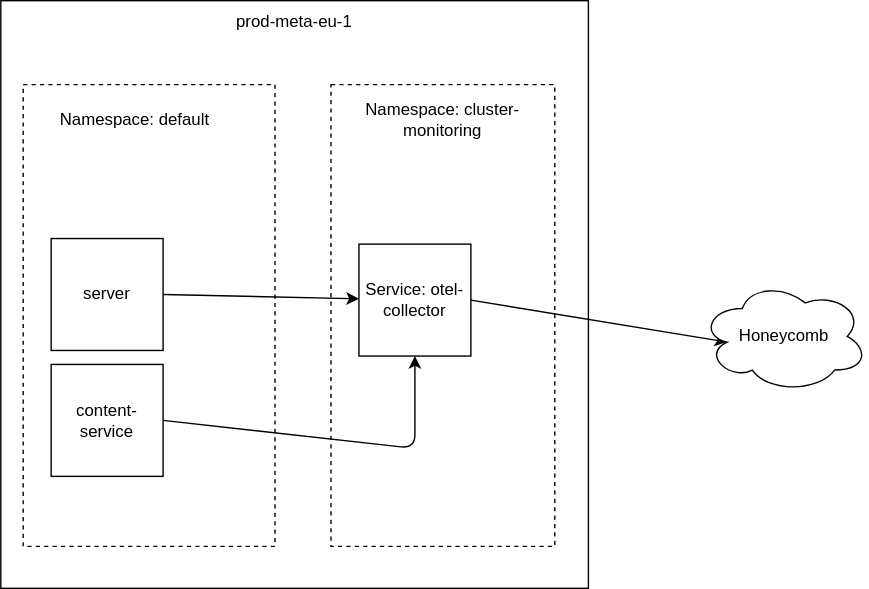
Above: docs/traces.drawio.svg in gitpod-io/observability (draw.io), before the change. Source tidied: cells renumbered, new cells last; positions are measured from the earlier drawing's top-left corner, leaving out a move shared by most shapes.
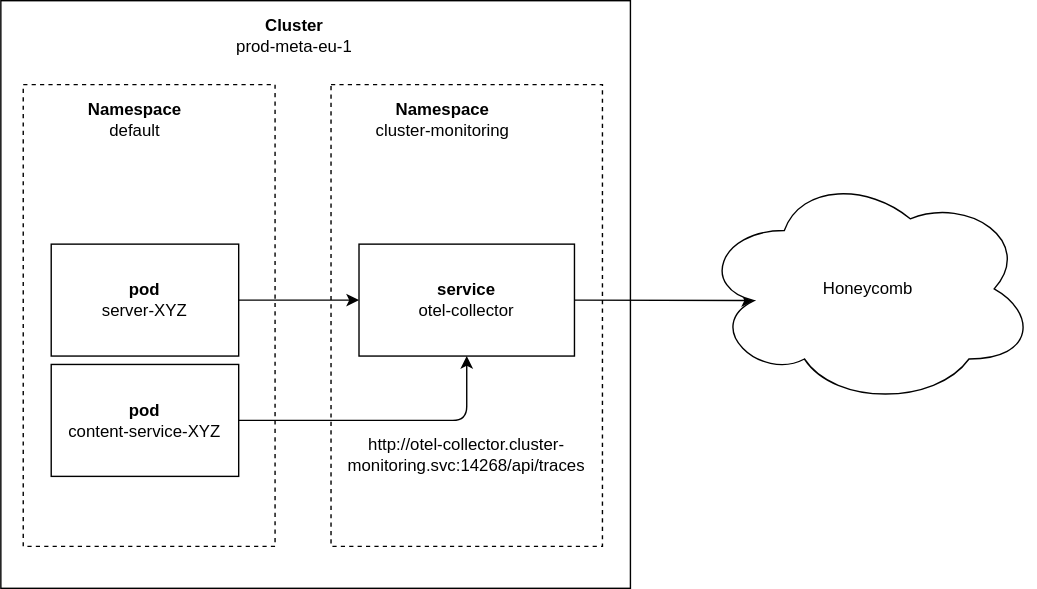
After the change.

Diff of the diagram source:
```diff
@@ -3,47 +3,50 @@
     <mxCell id="0" />
     <mxCell id="1" parent="0" />
     <mxCell id="2" style="whiteSpace=wrap;html=1;align=center;rounded=0;glass=0;sketch=0;" parent="1" vertex="1">
-      <mxGeometry width="420" height="420" as="geometry" />
+      <mxGeometry width="450" height="420" as="geometry" />
     </mxCell>
-    <mxCell id="3" value="prod-meta-eu-1" style="text;html=1;strokeColor=none;fillColor=none;align=center;verticalAlign=middle;whiteSpace=wrap;rounded=0;" parent="1" vertex="1">
-      <mxGeometry x="150" width="120" height="30" as="geometry" />
+    <mxCell id="3" value="&lt;b&gt;Cluster&lt;br&gt;&lt;/b&gt;prod-meta-eu-1" style="text;html=1;strokeColor=none;fillColor=none;align=center;verticalAlign=middle;whiteSpace=wrap;rounded=0;" parent="1" vertex="1">
+      <mxGeometry x="130" y="10" width="160" height="30" as="geometry" />
     </mxCell>
     <mxCell id="4" style="whiteSpace=wrap;html=1;sketch=0;dashed=1;imageAspect=0;" parent="1" vertex="1">
       <mxGeometry x="16" y="60" width="180" height="330" as="geometry" />
     </mxCell>
     <mxCell id="5" style="whiteSpace=wrap;html=1;sketch=0;dashed=1;imageAspect=0;" parent="1" vertex="1">
-      <mxGeometry x="236" y="60" width="160" height="330" as="geometry" />
+      <mxGeometry x="236" y="60" width="194" height="330" as="geometry" />
     </mxCell>
-    <mxCell id="6" value="Namespace: default" style="text;html=1;strokeColor=none;fillColor=none;align=center;verticalAlign=middle;whiteSpace=wrap;rounded=0;" parent="1" vertex="1">
+    <mxCell id="6" value="&lt;b&gt;Namespace&lt;br&gt;&lt;/b&gt;default" style="text;html=1;strokeColor=none;fillColor=none;align=center;verticalAlign=middle;whiteSpace=wrap;rounded=0;" parent="1" vertex="1">
       <mxGeometry x="36" y="70" width="120" height="30" as="geometry" />
     </mxCell>
-    <mxCell id="7" value="Namespace: cluster-monitoring" style="text;html=1;strokeColor=none;fillColor=none;align=center;verticalAlign=middle;whiteSpace=wrap;rounded=0;" parent="1" vertex="1">
+    <mxCell id="7" value="&lt;b&gt;Namespace&lt;br&gt;&lt;/b&gt;cluster-monitoring" style="text;html=1;strokeColor=none;fillColor=none;align=center;verticalAlign=middle;whiteSpace=wrap;rounded=0;" parent="1" vertex="1">
       <mxGeometry x="256" y="70" width="120" height="30" as="geometry" />
     </mxCell>
     <mxCell id="8" style="edgeStyle=none;html=1;exitX=1;exitY=0.5;exitDx=0;exitDy=0;entryX=0.16;entryY=0.55;entryDx=0;entryDy=0;entryPerimeter=0;" parent="1" edge="1" source="9" target="10">
       <mxGeometry relative="1" as="geometry" />
     </mxCell>
-    <mxCell id="9" value="Service:&amp;nbsp;otel-collector" style="whiteSpace=wrap;html=1;rounded=0;glass=0;sketch=0;" parent="1" vertex="1">
-      <mxGeometry x="256" y="174" width="80" height="80" as="geometry" />
+    <mxCell id="9" value="&lt;b&gt;service&lt;br&gt;&lt;/b&gt;otel-collector" style="whiteSpace=wrap;html=1;rounded=0;glass=0;sketch=0;" parent="1" vertex="1">
+      <mxGeometry x="256" y="174" width="154" height="80" as="geometry" />
     </mxCell>
     <mxCell id="10" value="Honeycomb" style="ellipse;shape=cloud;whiteSpace=wrap;html=1;rounded=0;glass=0;sketch=0;" parent="1" vertex="1">
-      <mxGeometry x="500" y="200" width="120" height="80" as="geometry" />
+      <mxGeometry x="500" y="122.5" width="240" height="167" as="geometry" />
     </mxCell>
-    <mxCell id="11" style="edgeStyle=none;html=1;exitX=1;exitY=0.5;exitDx=0;exitDy=0;" parent="1" edge="1" source="12" target="9">
+    <mxCell id="11" style="edgeStyle=none;html=1;exitX=1;exitY=0.5;exitDx=0;exitDy=0;entryX=0;entryY=0.5;entryDx=0;entryDy=0;" parent="1" edge="1" source="12" target="9">
       <mxGeometry relative="1" as="geometry" />
     </mxCell>
-    <mxCell id="12" value="server" style="whiteSpace=wrap;html=1;rounded=0;glass=0;sketch=0;" parent="1" vertex="1">
-      <mxGeometry x="36" y="170" width="80" height="80" as="geometry" />
+    <mxCell id="12" value="&lt;b&gt;pod&lt;/b&gt;&lt;br&gt;server-XYZ" style="whiteSpace=wrap;html=1;rounded=0;glass=0;sketch=0;" parent="1" vertex="1">
+      <mxGeometry x="36" y="174" width="134" height="80" as="geometry" />
     </mxCell>
     <mxCell id="13" style="edgeStyle=none;html=1;exitX=1;exitY=0.5;exitDx=0;exitDy=0;entryX=0.5;entryY=1;entryDx=0;entryDy=0;" parent="1" edge="1" source="14" target="9">
       <mxGeometry relative="1" as="geometry">
         <Array as="points">
-          <mxPoint x="296" y="320" />
+          <mxPoint x="333" y="300" />
         </Array>
       </mxGeometry>
     </mxCell>
-    <mxCell id="14" value="content-service" style="whiteSpace=wrap;html=1;rounded=0;glass=0;sketch=0;" parent="1" vertex="1">
-      <mxGeometry x="36" y="260" width="80" height="80" as="geometry" />
+    <mxCell id="14" value="&lt;b&gt;pod&lt;/b&gt;&lt;br&gt;content-service-XYZ" style="whiteSpace=wrap;html=1;rounded=0;glass=0;sketch=0;" parent="1" vertex="1">
+      <mxGeometry x="36" y="260" width="134" height="80" as="geometry" />
     </mxCell>
+    <mxCell id="15" value="&lt;div&gt;&lt;span&gt;http://otel-collector.cluster-monitoring.svc:14268/api/traces&lt;/span&gt;&lt;br&gt;&lt;/div&gt;" style="text;html=1;strokeColor=none;fillColor=none;align=center;verticalAlign=middle;whiteSpace=wrap;rounded=0;glass=0;sketch=0;" parent="1" vertex="1">
+      <mxGeometry x="248" y="310" width="170" height="30" as="geometry" />
+    </mxCell>
   </root>
 </mxGraphModel>
```
